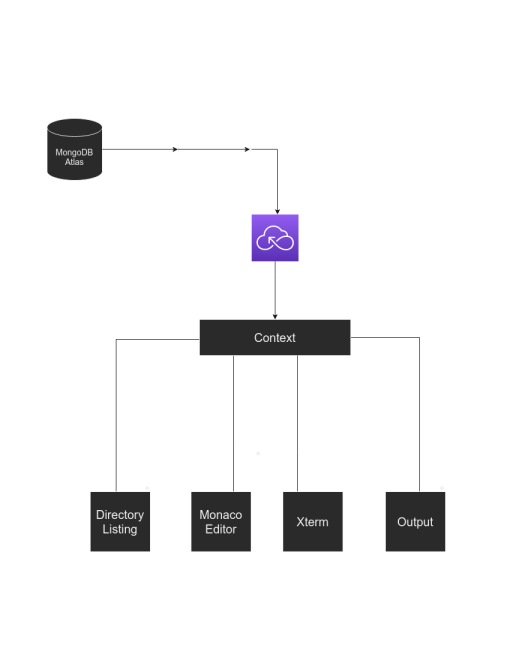
The draw.io diagram readme/architechture.png in abdulsamad/frontend-fun, before a commit. Source tidied: cells renumbered, new cells last; positions are measured from the earlier drawing's top-left corner, leaving out a move shared by most shapes. The source it was exported from:
```xml
<mxGraphModel background="#ffffff">
  <root>
    <mxCell id="0" />
    <mxCell id="1" parent="0" />
    <mxCell id="2" style="group;" parent="1" vertex="1">
      <mxGeometry width="678" height="722" as="geometry" />
    </mxCell>
    <mxCell id="3" style="edgeStyle=orthogonalEdgeStyle;rounded=0;jettySize=auto;html=1;fontSize=20;labelBackgroundColor=#1A1A1A;strokeColor=#1A1A1A;" parent="2" edge="1" source="6">
      <mxGeometry relative="1" as="geometry">
        <mxPoint x="621" y="631" as="targetPoint" />
        <Array as="points">
          <mxPoint x="621" y="365" />
        </Array>
      </mxGeometry>
    </mxCell>
    <mxCell id="4" style="edgeStyle=orthogonalEdgeStyle;rounded=0;orthogonalLoop=1;jettySize=auto;html=1;labelBackgroundColor=#1A1A1A;fontSize=20;strokeColor=#1A1A1A;" parent="2" edge="1">
      <mxGeometry relative="1" as="geometry">
        <mxPoint x="320" y="368" as="sourcePoint" />
        <mxPoint x="82" y="645" as="targetPoint" />
        <Array as="points">
          <mxPoint x="115" y="368" />
          <mxPoint x="115" y="645" />
        </Array>
      </mxGeometry>
    </mxCell>
    <mxCell id="5" style="edgeStyle=orthogonalEdgeStyle;rounded=0;jettySize=auto;html=1;labelBackgroundColor=#1A1A1A;fontSize=20;strokeColor=#1A1A1A;" parent="2" edge="1" source="6">
      <mxGeometry relative="1" as="geometry">
        <mxPoint x="311" y="645" as="targetPoint" />
        <Array as="points">
          <mxPoint x="311" y="536" />
          <mxPoint x="311" y="536" />
        </Array>
      </mxGeometry>
    </mxCell>
    <mxCell id="6" value="Context" style="rounded=0;whiteSpace=wrap;html=1;fontSize=20;" parent="2" vertex="1">
      <mxGeometry x="254" y="335" width="252" height="60" as="geometry" />
    </mxCell>
    <mxCell id="7" style="shape=waypoint;size=6;fillColor=#2a2a2a;perimeter=centerPerimeter;rounded=0;fontSize=20;" parent="2" vertex="1">
      <mxGeometry x="332" y="538" width="40" height="40" as="geometry" />
    </mxCell>
    <mxCell id="8" style="edgeStyle=orthogonalEdgeStyle;rounded=0;jettySize=auto;html=1;labelBackgroundColor=#1A1A1A;fontSize=20;strokeColor=#1A1A1A;" parent="2" edge="1" source="6">
      <mxGeometry relative="1" as="geometry">
        <mxPoint x="417" y="645" as="targetPoint" />
        <Array as="points">
          <mxPoint x="417" y="555" />
          <mxPoint x="417" y="555" />
        </Array>
      </mxGeometry>
    </mxCell>
    <mxCell id="9" value="MongoDB&lt;br style=&quot;font-size: 14px;&quot;&gt;Atlas" style="shape=cylinder3;whiteSpace=wrap;html=1;boundedLbl=1;backgroundOutline=1;size=15;fontSize=14;" parent="2" vertex="1">
      <mxGeometry width="92" height="103" as="geometry" />
    </mxCell>
    <mxCell id="10" style="shape=waypoint;size=6;fillColor=#2a2a2a;perimeter=centerPerimeter;rounded=0;fontSize=20;" parent="2" vertex="1">
      <mxGeometry x="638" y="596" width="40" height="40" as="geometry" />
    </mxCell>
    <mxCell id="11" style="shape=waypoint;size=6;fillColor=#2a2a2a;perimeter=centerPerimeter;rounded=0;fontSize=20;" parent="2" vertex="1">
      <mxGeometry x="147" y="596" width="40" height="40" as="geometry" />
    </mxCell>
    <mxCell id="12" value="Monaco&lt;br&gt;Editor" style="whiteSpace=wrap;html=1;fontSize=20;" parent="2" vertex="1">
      <mxGeometry x="240" y="622" width="100" height="100" as="geometry" />
    </mxCell>
    <mxCell id="13" value="Xterm" style="whiteSpace=wrap;html=1;fontSize=20;" parent="2" vertex="1">
      <mxGeometry x="393" y="622" width="100" height="100" as="geometry" />
    </mxCell>
    <mxCell id="14" value="Output" style="whiteSpace=wrap;html=1;fontSize=20;" parent="2" vertex="1">
      <mxGeometry x="564" y="622" width="100" height="100" as="geometry" />
    </mxCell>
    <mxCell id="15" value="Directory&lt;br&gt;Listing" style="whiteSpace=wrap;html=1;fontSize=20;" parent="2" vertex="1">
      <mxGeometry x="72" y="622" width="100" height="100" as="geometry" />
    </mxCell>
    <mxCell id="16" style="edgeStyle=orthogonalEdgeStyle;rounded=0;jettySize=auto;html=1;labelBackgroundColor=#1A1A1A;fontSize=14;strokeColor=#1A1A1A;" parent="2" edge="1" source="17" target="6">
      <mxGeometry relative="1" as="geometry">
        <Array as="points">
          <mxPoint x="380" y="260" />
          <mxPoint x="380" y="260" />
        </Array>
      </mxGeometry>
    </mxCell>
    <mxCell id="17" style="points=[[0,0,0],[0.25,0,0],[0.5,0,0],[0.75,0,0],[1,0,0],[0,1,0],[0.25,1,0],[0.5,1,0],[0.75,1,0],[1,1,0],[0,0.25,0],[0,0.5,0],[0,0.75,0],[1,0.25,0],[1,0.5,0],[1,0.75,0]];outlineConnect=0;fontColor=#232F3E;gradientColor=#945DF2;gradientDirection=north;fillColor=#5A30B5;strokeColor=#ffffff;dashed=0;verticalLabelPosition=bottom;verticalAlign=top;align=center;html=1;fontSize=12;fontStyle=0;shape=mxgraph.aws4.resourceIcon;resIcon=mxgraph.aws4.serverless;" parent="2" vertex="1">
      <mxGeometry x="341" y="160" width="78" height="78" as="geometry" />
    </mxCell>
    <mxCell id="18" style="shape=waypoint;size=6;points=[];fillColor=#2a2a2a;perimeter=centerPerimeter;snapToPoint=1;fontSize=14;" parent="2" vertex="1">
      <mxGeometry x="198" y="31.5" width="40" height="40" as="geometry" />
    </mxCell>
    <mxCell id="19" style="edgeStyle=orthogonalEdgeStyle;rounded=0;jettySize=auto;html=1;labelBackgroundColor=#1A1A1A;fontSize=14;strokeColor=#1A1A1A;" parent="2" edge="1" source="9" target="18">
      <mxGeometry relative="1" as="geometry" />
    </mxCell>
    <mxCell id="20" style="edgeStyle=orthogonalEdgeStyle;rounded=0;jettySize=auto;html=1;labelBackgroundColor=#1A1A1A;fontSize=14;strokeColor=#1A1A1A;" parent="2" edge="1" source="21" target="17">
      <mxGeometry relative="1" as="geometry">
        <Array as="points">
          <mxPoint x="384" y="52" />
        </Array>
      </mxGeometry>
    </mxCell>
    <mxCell id="21" style="shape=waypoint;size=6;points=[];fillColor=#2a2a2a;perimeter=centerPerimeter;snapToPoint=1;fontSize=14;" parent="2" vertex="1">
      <mxGeometry x="318" y="31.5" width="40" height="40" as="geometry" />
    </mxCell>
    <mxCell id="22" style="edgeStyle=orthogonalEdgeStyle;rounded=0;jettySize=auto;html=1;labelBackgroundColor=#1A1A1A;fontSize=14;strokeColor=#1A1A1A;" parent="2" edge="1" source="18" target="21">
      <mxGeometry relative="1" as="geometry" />
    </mxCell>
  </root>
</mxGraphModel>
```
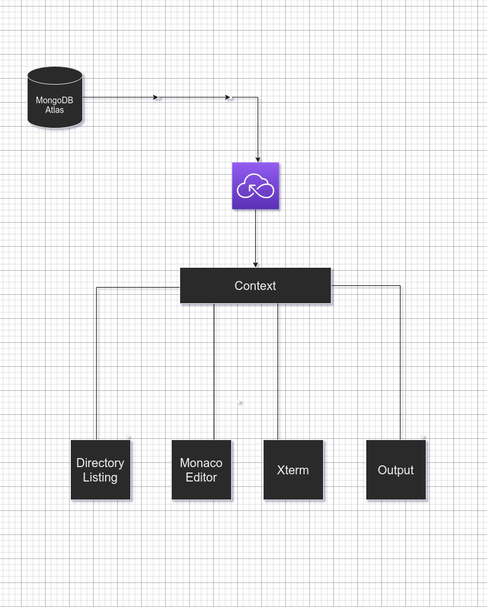
The same diagram one commit later.

The edit, as a diff of the source:
```diff
@@ -1,4 +1,4 @@
-<mxGraphModel background="#ffffff">
+<mxGraphModel background="#ffffff" shadow="1">
   <root>
     <mxCell id="0" />
     <mxCell id="1" parent="0" />
```
